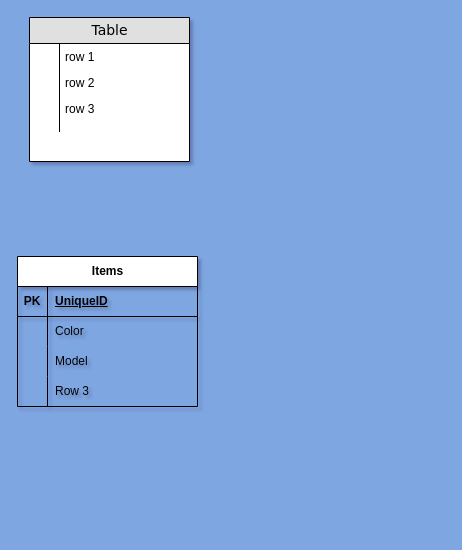
Above: diagrams/DB.drawio in SergZels/mobilesRepair (draw.io), before the change. Source tidied: cells renumbered, new cells numbered last; positions are measured from the earlier drawing's top-left corner, leaving out a move shared by most shapes. Both pictures are drawn from the tidied source at 100%, with x=0, y=0 at pixel (17, 17).
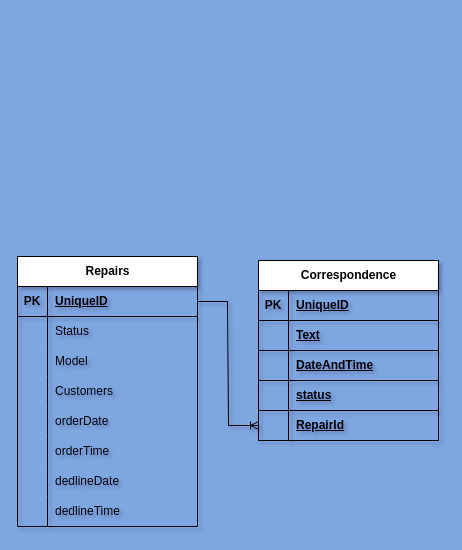
The same page after the edit.

Unchanged cells that the change refers to:
```xml
<mxCell id="12" style="shape=tableRow;horizontal=0;startSize=0;swimlaneHead=0;swimlaneBody=0;fillColor=none;points=[[0,0.5],[1,0.5]];portConstraint=eastwest;top=0;left=0;right=0;bottom=1;" parent="11" vertex="1">
  <mxGeometry y="30" width="180" height="30" as="geometry" />
</mxCell>
<mxCell id="15" style="shape=tableRow;horizontal=0;startSize=0;swimlaneHead=0;swimlaneBody=0;fillColor=none;top=0;left=0;right=0;bottom=0;" parent="11" vertex="1">
  <mxGeometry y="60" width="180" height="30" as="geometry" />
</mxCell>
<mxCell id="21" style="shape=tableRow;horizontal=0;startSize=0;swimlaneHead=0;swimlaneBody=0;fillColor=none;top=0;left=0;right=0;bottom=0;" parent="11" vertex="1">
  <mxGeometry y="120" width="180" height="30" as="geometry" />
</mxCell>
```

What changed in the source:
```diff
@@
-    <mxCell id="2" value="Table" style="swimlane;html=1;fontStyle=0;horizontal=1;startSize=26;fillColor=#e0e0e0;swimlaneFillColor=#ffffff;align=center;rounded=0;shadow=0;comic=0;labelBackgroundColor=none;strokeWidth=1;fontFamily=Verdana;fontSize=14;" parent="1" vertex="1">
-      <mxGeometry x="12" width="160" height="144" as="geometry" />
-    </mxCell>
-    <mxCell id="3" value="row 1" style="shape=partialRectangle;top=0;left=0;right=0;bottom=0;html=1;align=left;verticalAlign=top;fillColor=none;spacingLeft=34;spacingRight=4;whiteSpace=wrap;overflow=hidden;" parent="2" vertex="1">
-      <mxGeometry y="26" width="160" height="26" as="geometry" />
-    </mxCell>
-    <mxCell id="4" style="shape=partialRectangle;top=0;left=0;bottom=0;html=1;fillColor=none;align=left;verticalAlign=top;spacingLeft=4;spacingRight=4;whiteSpace=wrap;overflow=hidden;" parent="3" vertex="1">
-      <mxGeometry width="30" height="26" as="geometry" />
-    </mxCell>
-    <mxCell id="5" value="row 2" style="shape=partialRectangle;top=0;left=0;right=0;bottom=0;html=1;align=left;verticalAlign=top;fillColor=none;spacingLeft=34;spacingRight=4;whiteSpace=wrap;overflow=hidden;" parent="2" vertex="1">
-      <mxGeometry y="52" width="160" height="26" as="geometry" />
-    </mxCell>
-    <mxCell id="6" style="shape=partialRectangle;top=0;left=0;bottom=0;html=1;fillColor=none;align=left;verticalAlign=top;spacingLeft=4;spacingRight=4;whiteSpace=wrap;overflow=hidden;" parent="5" vertex="1">
-      <mxGeometry width="30" height="26" as="geometry" />
-    </mxCell>
-    <mxCell id="7" value="row 3" style="shape=partialRectangle;top=0;left=0;right=0;bottom=0;html=1;align=left;verticalAlign=top;fillColor=none;spacingLeft=34;spacingRight=4;whiteSpace=wrap;overflow=hidden;" parent="2" vertex="1">
-      <mxGeometry y="78" width="160" height="26" as="geometry" />
-    </mxCell>
-    <mxCell id="8" style="shape=partialRectangle;top=0;left=0;bottom=0;html=1;fillColor=none;align=left;verticalAlign=top;spacingLeft=4;spacingRight=4;whiteSpace=wrap;overflow=hidden;" parent="7" vertex="1">
-      <mxGeometry width="30" height="26" as="geometry" />
-    </mxCell>
-    <mxCell id="9" style="shape=partialRectangle;top=0;left=0;right=0;bottom=0;html=1;align=left;verticalAlign=top;fillColor=none;spacingLeft=34;spacingRight=4;whiteSpace=wrap;overflow=hidden;" parent="2" vertex="1">
-      <mxGeometry y="104" width="160" height="10" as="geometry" />
-    </mxCell>
-    <mxCell id="10" style="shape=partialRectangle;top=0;left=0;bottom=0;html=1;fillColor=none;align=left;verticalAlign=top;spacingLeft=4;spacingRight=4;whiteSpace=wrap;overflow=hidden;" parent="9" vertex="1">
-      <mxGeometry width="30" height="10" as="geometry" />
-    </mxCell>
-    <mxCell id="11" value="Items" style="shape=table;startSize=30;childLayout=tableLayout;rowLines=0;fontStyle=1;align=center;html=1;" parent="1" vertex="1">
-      <mxGeometry y="239" width="180" height="150" as="geometry" />
+    <mxCell id="11" value="Repairs" style="shape=table;startSize=30;childLayout=tableLayout;rowLines=0;fontStyle=1;align=center;html=1;" parent="1" vertex="1">
+      <mxGeometry y="239" width="180" height="270" as="geometry" />
     </mxCell>
@@
-    <mxCell id="17" value="Color" style="shape=partialRectangle;fillColor=none;top=0;left=0;bottom=0;right=0;align=left;spacingLeft=6;overflow=hidden;whiteSpace=wrap;html=1;" parent="15" vertex="1">
+    <mxCell id="17" value="Status" style="shape=partialRectangle;fillColor=none;top=0;left=0;bottom=0;right=0;align=left;spacingLeft=6;overflow=hidden;whiteSpace=wrap;html=1;" parent="15" vertex="1">
       <mxGeometry x="30" width="150" height="30" as="geometry" />
     </mxCell>
@@
-    <mxCell id="23" value="Row 3" style="shape=partialRectangle;fillColor=none;top=0;left=0;bottom=0;right=0;align=left;spacingLeft=6;overflow=hidden;whiteSpace=wrap;html=1;" parent="21" vertex="1">
+    <mxCell id="23" value="Customers" style="shape=partialRectangle;fillColor=none;top=0;left=0;bottom=0;right=0;align=left;spacingLeft=6;overflow=hidden;whiteSpace=wrap;html=1;" parent="21" vertex="1">
       <mxGeometry x="30" width="150" height="30" as="geometry" />
     </mxCell>
+    <mxCell id="24" style="shape=tableRow;horizontal=0;startSize=0;swimlaneHead=0;swimlaneBody=0;fillColor=none;top=0;left=0;right=0;bottom=0;" parent="11" vertex="1">
+      <mxGeometry y="150" width="180" height="30" as="geometry" />
+    </mxCell>
+    <mxCell id="25" style="shape=partialRectangle;fillColor=none;top=0;left=0;bottom=0;right=0;overflow=hidden;whiteSpace=wrap;html=1;" parent="24" vertex="1">
+      <mxGeometry width="30" height="30" as="geometry" />
+    </mxCell>
+    <mxCell id="26" value="orderDate" style="shape=partialRectangle;fillColor=none;top=0;left=0;bottom=0;right=0;align=left;spacingLeft=6;overflow=hidden;whiteSpace=wrap;html=1;" parent="24" vertex="1">
+      <mxGeometry x="30" width="150" height="30" as="geometry" />
+    </mxCell>
+    <mxCell id="27" style="shape=tableRow;horizontal=0;startSize=0;swimlaneHead=0;swimlaneBody=0;fillColor=none;top=0;left=0;right=0;bottom=0;" parent="11" vertex="1">
+      <mxGeometry y="180" width="180" height="30" as="geometry" />
+    </mxCell>
+    <mxCell id="28" style="shape=partialRectangle;fillColor=none;top=0;left=0;bottom=0;right=0;overflow=hidden;whiteSpace=wrap;html=1;" parent="27" vertex="1">
+      <mxGeometry width="30" height="30" as="geometry" />
+    </mxCell>
+    <mxCell id="29" value="orderTime" style="shape=partialRectangle;fillColor=none;top=0;left=0;bottom=0;right=0;align=left;spacingLeft=6;overflow=hidden;whiteSpace=wrap;html=1;" parent="27" vertex="1">
+      <mxGeometry x="30" width="150" height="30" as="geometry" />
+    </mxCell>
+    <mxCell id="30" style="shape=tableRow;horizontal=0;startSize=0;swimlaneHead=0;swimlaneBody=0;fillColor=none;top=0;left=0;right=0;bottom=0;" parent="11" vertex="1">
+      <mxGeometry y="210" width="180" height="30" as="geometry" />
+    </mxCell>
+    <mxCell id="31" style="shape=partialRectangle;fillColor=none;top=0;left=0;bottom=0;right=0;overflow=hidden;whiteSpace=wrap;html=1;" parent="30" vertex="1">
+      <mxGeometry width="30" height="30" as="geometry" />
+    </mxCell>
+    <mxCell id="32" value="dedlineDate" style="shape=partialRectangle;fillColor=none;top=0;left=0;bottom=0;right=0;align=left;spacingLeft=6;overflow=hidden;whiteSpace=wrap;html=1;" parent="30" vertex="1">
+      <mxGeometry x="30" width="150" height="30" as="geometry" />
+    </mxCell>
+    <mxCell id="33" style="shape=tableRow;horizontal=0;startSize=0;swimlaneHead=0;swimlaneBody=0;fillColor=none;top=0;left=0;right=0;bottom=0;" parent="11" vertex="1">
+      <mxGeometry y="240" width="180" height="30" as="geometry" />
+    </mxCell>
+    <mxCell id="34" style="shape=partialRectangle;fillColor=none;top=0;left=0;bottom=0;right=0;overflow=hidden;whiteSpace=wrap;html=1;" parent="33" vertex="1">
+      <mxGeometry width="30" height="30" as="geometry" />
+    </mxCell>
+    <mxCell id="35" value="dedlineTime" style="shape=partialRectangle;fillColor=none;top=0;left=0;bottom=0;right=0;align=left;spacingLeft=6;overflow=hidden;whiteSpace=wrap;html=1;" parent="33" vertex="1">
+      <mxGeometry x="30" width="150" height="30" as="geometry" />
+    </mxCell>
+    <mxCell id="36" value="Сorrespondence" style="shape=table;startSize=30;childLayout=tableLayout;rowLines=0;fontStyle=1;align=center;html=1;" parent="1" vertex="1">
+      <mxGeometry x="241" y="243" width="180" height="180" as="geometry" />
+    </mxCell>
+    <mxCell id="37" style="shape=tableRow;horizontal=0;startSize=0;swimlaneHead=0;swimlaneBody=0;fillColor=none;top=0;left=0;right=0;bottom=1;" parent="36" vertex="1">
+      <mxGeometry y="30" width="180" height="30" as="geometry" />
+    </mxCell>
+    <mxCell id="38" value="PK" style="shape=partialRectangle;fillColor=none;top=0;left=0;bottom=0;right=0;fontStyle=1;overflow=hidden;whiteSpace=wrap;html=1;" parent="37" vertex="1">
+      <mxGeometry width="30" height="30" as="geometry" />
+    </mxCell>
+    <mxCell id="39" value="UniqueID" style="shape=partialRectangle;fillColor=none;top=0;left=0;bottom=0;right=0;align=left;spacingLeft=6;fontStyle=5;overflow=hidden;whiteSpace=wrap;html=1;" parent="37" vertex="1">
+      <mxGeometry x="30" width="150" height="30" as="geometry" />
+    </mxCell>
+    <mxCell id="40" style="shape=tableRow;horizontal=0;startSize=0;swimlaneHead=0;swimlaneBody=0;fillColor=none;top=0;left=0;right=0;bottom=1;" parent="36" vertex="1">
+      <mxGeometry y="60" width="180" height="30" as="geometry" />
+    </mxCell>
+    <mxCell id="41" style="shape=partialRectangle;fillColor=none;top=0;left=0;bottom=0;right=0;fontStyle=1;overflow=hidden;whiteSpace=wrap;html=1;" parent="40" vertex="1">
+      <mxGeometry width="30" height="30" as="geometry" />
+    </mxCell>
+    <mxCell id="42" value="Text" style="shape=partialRectangle;fillColor=none;top=0;left=0;bottom=0;right=0;align=left;spacingLeft=6;fontStyle=5;overflow=hidden;whiteSpace=wrap;html=1;" parent="40" vertex="1">
+      <mxGeometry x="30" width="150" height="30" as="geometry" />
+    </mxCell>
+    <mxCell id="43" style="shape=tableRow;horizontal=0;startSize=0;swimlaneHead=0;swimlaneBody=0;fillColor=none;top=0;left=0;right=0;bottom=1;" parent="36" vertex="1">
+      <mxGeometry y="90" width="180" height="30" as="geometry" />
+    </mxCell>
+    <mxCell id="44" style="shape=partialRectangle;fillColor=none;top=0;left=0;bottom=0;right=0;fontStyle=1;overflow=hidden;whiteSpace=wrap;html=1;" parent="43" vertex="1">
+      <mxGeometry width="30" height="30" as="geometry" />
+    </mxCell>
+    <mxCell id="45" value="DateAndTime" style="shape=partialRectangle;fillColor=none;top=0;left=0;bottom=0;right=0;align=left;spacingLeft=6;fontStyle=5;overflow=hidden;whiteSpace=wrap;html=1;" parent="43" vertex="1">
+      <mxGeometry x="30" width="150" height="30" as="geometry" />
+    </mxCell>
+    <mxCell id="46" style="shape=tableRow;horizontal=0;startSize=0;swimlaneHead=0;swimlaneBody=0;fillColor=none;top=0;left=0;right=0;bottom=1;" parent="36" vertex="1">
+      <mxGeometry y="120" width="180" height="30" as="geometry" />
+    </mxCell>
+    <mxCell id="47" style="shape=partialRectangle;fillColor=none;top=0;left=0;bottom=0;right=0;fontStyle=1;overflow=hidden;whiteSpace=wrap;html=1;" parent="46" vertex="1">
+      <mxGeometry width="30" height="30" as="geometry" />
+    </mxCell>
+    <mxCell id="48" value="status" style="shape=partialRectangle;fillColor=none;top=0;left=0;bottom=0;right=0;align=left;spacingLeft=6;fontStyle=5;overflow=hidden;whiteSpace=wrap;html=1;" parent="46" vertex="1">
+      <mxGeometry x="30" width="150" height="30" as="geometry" />
+    </mxCell>
+    <mxCell id="49" style="shape=tableRow;horizontal=0;startSize=0;swimlaneHead=0;swimlaneBody=0;fillColor=none;points=[[0,0.5],[1,0.5]];portConstraint=eastwest;top=0;left=0;right=0;bottom=1;" parent="36" vertex="1">
+      <mxGeometry y="150" width="180" height="30" as="geometry" />
+    </mxCell>
+    <mxCell id="50" style="shape=partialRectangle;fillColor=none;top=0;left=0;bottom=0;right=0;fontStyle=1;overflow=hidden;whiteSpace=wrap;html=1;" parent="49" vertex="1">
+      <mxGeometry width="30" height="30" as="geometry" />
+    </mxCell>
+    <mxCell id="51" value="RepairId" style="shape=partialRectangle;fillColor=none;top=0;left=0;bottom=0;right=0;align=left;spacingLeft=6;fontStyle=5;overflow=hidden;whiteSpace=wrap;html=1;" parent="49" vertex="1">
+      <mxGeometry x="30" width="150" height="30" as="geometry" />
+    </mxCell>
+    <mxCell id="52" style="edgeStyle=entityRelationEdgeStyle;fontSize=12;html=1;endArrow=ERoneToMany;rounded=0;exitX=1;exitY=0.5;exitDx=0;exitDy=0;entryX=0;entryY=0.5;entryDx=0;entryDy=0;" parent="1" edge="1" source="12" target="49">
+      <mxGeometry relative="1" as="geometry" />
+    </mxCell>
```
